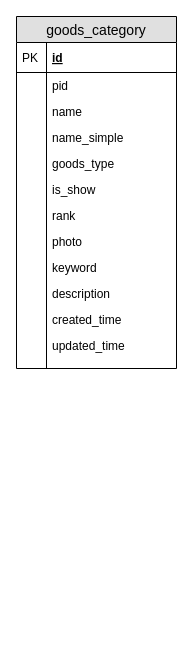
This is 个人开源电商/littlemall_serivce_sql.drawio from wurh/myDesignDoc, a draw.io file, before an edit. Source tidied: cells renumbered, new cells numbered last; positions are measured from the earlier drawing's top-left corner, leaving out a move shared by most shapes. Both pictures are drawn from the tidied source at 100%, with x=0, y=0 at pixel (16, 16).
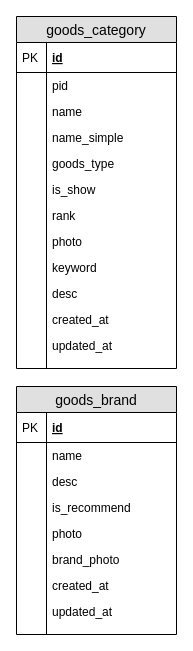
After the change.

The change refers to these unchanged cells:
```xml
<mxCell id="2" value="goods_category" style="swimlane;fontStyle=0;horizontal=1;startSize=26;fillColor=#e0e0e0;swimlaneFillColor=#ffffff;align=center;fontSize=14;" parent="1" vertex="1">
  <mxGeometry width="160" height="352" as="geometry" />
</mxCell>
```

What changed in the source:
```diff
@@
-    <mxCell id="21" value="description" style="shape=partialRectangle;top=0;left=0;right=0;bottom=0;align=left;verticalAlign=top;fillColor=none;spacingLeft=34;spacingRight=4;overflow=hidden;fontSize=12;" parent="2" vertex="1">
+    <mxCell id="21" value="desc" style="shape=partialRectangle;top=0;left=0;right=0;bottom=0;align=left;verticalAlign=top;fillColor=none;spacingLeft=34;spacingRight=4;overflow=hidden;fontSize=12;" parent="2" vertex="1">
       <mxGeometry y="264" width="160" height="26" as="geometry" />
     </mxCell>
@@
-    <mxCell id="23" value="created_time" style="shape=partialRectangle;top=0;left=0;right=0;bottom=0;align=left;verticalAlign=top;fillColor=none;spacingLeft=34;spacingRight=4;overflow=hidden;fontSize=12;" parent="2" vertex="1">
+    <mxCell id="23" value="created_at" style="shape=partialRectangle;top=0;left=0;right=0;bottom=0;align=left;verticalAlign=top;fillColor=none;spacingLeft=34;spacingRight=4;overflow=hidden;fontSize=12;" parent="2" vertex="1">
       <mxGeometry y="290" width="160" height="26" as="geometry" />
     </mxCell>
@@
-    <mxCell id="25" value="updated_time" style="shape=partialRectangle;top=0;left=0;right=0;bottom=0;align=left;verticalAlign=top;fillColor=none;spacingLeft=34;spacingRight=4;overflow=hidden;fontSize=12;" parent="2" vertex="1">
+    <mxCell id="25" value="updated_at" style="shape=partialRectangle;top=0;left=0;right=0;bottom=0;align=left;verticalAlign=top;fillColor=none;spacingLeft=34;spacingRight=4;overflow=hidden;fontSize=12;" parent="2" vertex="1">
       <mxGeometry y="316" width="160" height="26" as="geometry" />
     </mxCell>
@@
+    <mxCell id="29" value="goods_brand" style="swimlane;fontStyle=0;horizontal=1;startSize=26;fillColor=#e0e0e0;swimlaneFillColor=#ffffff;align=center;fontSize=14;" parent="1" vertex="1">
+      <mxGeometry y="370" width="160" height="248" as="geometry" />
+    </mxCell>
+    <mxCell id="30" value="id" style="shape=partialRectangle;top=0;left=0;right=0;bottom=1;align=left;verticalAlign=middle;fillColor=none;spacingLeft=34;spacingRight=4;overflow=hidden;fontStyle=5;fontSize=12;" parent="29" vertex="1">
+      <mxGeometry y="26" width="160" height="30" as="geometry" />
+    </mxCell>
+    <mxCell id="31" value="PK" style="shape=partialRectangle;top=0;left=0;bottom=0;fillColor=none;align=left;verticalAlign=middle;spacingLeft=4;spacingRight=4;overflow=hidden;fontSize=12;" parent="30" vertex="1">
+      <mxGeometry width="30" height="30" as="geometry" />
+    </mxCell>
+    <mxCell id="32" value="name" style="shape=partialRectangle;top=0;left=0;right=0;bottom=0;align=left;verticalAlign=top;fillColor=none;spacingLeft=34;spacingRight=4;overflow=hidden;fontSize=12;" parent="29" vertex="1">
+      <mxGeometry y="56" width="160" height="26" as="geometry" />
+    </mxCell>
+    <mxCell id="33" style="shape=partialRectangle;top=0;left=0;bottom=0;fillColor=none;align=left;verticalAlign=top;spacingLeft=4;spacingRight=4;overflow=hidden;fontSize=12;" parent="32" vertex="1">
+      <mxGeometry width="30" height="26" as="geometry" />
+    </mxCell>
+    <mxCell id="34" value="desc" style="shape=partialRectangle;top=0;left=0;right=0;bottom=0;align=left;verticalAlign=top;fillColor=none;spacingLeft=34;spacingRight=4;overflow=hidden;fontSize=12;" parent="29" vertex="1">
+      <mxGeometry y="82" width="160" height="26" as="geometry" />
+    </mxCell>
+    <mxCell id="35" style="shape=partialRectangle;top=0;left=0;bottom=0;fillColor=none;align=left;verticalAlign=top;spacingLeft=4;spacingRight=4;overflow=hidden;fontSize=12;" parent="34" vertex="1">
+      <mxGeometry width="30" height="26" as="geometry" />
+    </mxCell>
+    <mxCell id="36" value="is_recommend" style="shape=partialRectangle;top=0;left=0;right=0;bottom=0;align=left;verticalAlign=top;fillColor=none;spacingLeft=34;spacingRight=4;overflow=hidden;fontSize=12;" parent="29" vertex="1">
+      <mxGeometry y="108" width="160" height="26" as="geometry" />
+    </mxCell>
+    <mxCell id="37" style="shape=partialRectangle;top=0;left=0;bottom=0;fillColor=none;align=left;verticalAlign=top;spacingLeft=4;spacingRight=4;overflow=hidden;fontSize=12;" parent="36" vertex="1">
+      <mxGeometry width="30" height="26" as="geometry" />
+    </mxCell>
+    <mxCell id="38" value="photo" style="shape=partialRectangle;top=0;left=0;right=0;bottom=0;align=left;verticalAlign=top;fillColor=none;spacingLeft=34;spacingRight=4;overflow=hidden;fontSize=12;" parent="29" vertex="1">
+      <mxGeometry y="134" width="160" height="26" as="geometry" />
+    </mxCell>
+    <mxCell id="39" style="shape=partialRectangle;top=0;left=0;bottom=0;fillColor=none;align=left;verticalAlign=top;spacingLeft=4;spacingRight=4;overflow=hidden;fontSize=12;" parent="38" vertex="1">
+      <mxGeometry width="30" height="26" as="geometry" />
+    </mxCell>
+    <mxCell id="40" value="brand_photo" style="shape=partialRectangle;top=0;left=0;right=0;bottom=0;align=left;verticalAlign=top;fillColor=none;spacingLeft=34;spacingRight=4;overflow=hidden;fontSize=12;" parent="29" vertex="1">
+      <mxGeometry y="160" width="160" height="26" as="geometry" />
+    </mxCell>
+    <mxCell id="41" style="shape=partialRectangle;top=0;left=0;bottom=0;fillColor=none;align=left;verticalAlign=top;spacingLeft=4;spacingRight=4;overflow=hidden;fontSize=12;" parent="40" vertex="1">
+      <mxGeometry width="30" height="26" as="geometry" />
+    </mxCell>
+    <mxCell id="42" value="created_at" style="shape=partialRectangle;top=0;left=0;right=0;bottom=0;align=left;verticalAlign=top;fillColor=none;spacingLeft=34;spacingRight=4;overflow=hidden;fontSize=12;" parent="29" vertex="1">
+      <mxGeometry y="186" width="160" height="26" as="geometry" />
+    </mxCell>
+    <mxCell id="43" style="shape=partialRectangle;top=0;left=0;bottom=0;fillColor=none;align=left;verticalAlign=top;spacingLeft=4;spacingRight=4;overflow=hidden;fontSize=12;" parent="42" vertex="1">
+      <mxGeometry width="30" height="26" as="geometry" />
+    </mxCell>
+    <mxCell id="44" value="updated_at" style="shape=partialRectangle;top=0;left=0;right=0;bottom=0;align=left;verticalAlign=top;fillColor=none;spacingLeft=34;spacingRight=4;overflow=hidden;fontSize=12;" parent="29" vertex="1">
+      <mxGeometry y="212" width="160" height="26" as="geometry" />
+    </mxCell>
+    <mxCell id="45" style="shape=partialRectangle;top=0;left=0;bottom=0;fillColor=none;align=left;verticalAlign=top;spacingLeft=4;spacingRight=4;overflow=hidden;fontSize=12;" parent="44" vertex="1">
+      <mxGeometry width="30" height="26" as="geometry" />
+    </mxCell>
+    <mxCell id="46" style="shape=partialRectangle;top=0;left=0;right=0;bottom=0;align=left;verticalAlign=top;fillColor=none;spacingLeft=34;spacingRight=4;overflow=hidden;fontSize=12;" parent="29" vertex="1">
+      <mxGeometry y="238" width="160" height="10" as="geometry" />
+    </mxCell>
+    <mxCell id="47" style="shape=partialRectangle;top=0;left=0;bottom=0;fillColor=none;align=left;verticalAlign=top;spacingLeft=4;spacingRight=4;overflow=hidden;fontSize=12;" parent="46" vertex="1">
+      <mxGeometry width="30" height="10" as="geometry" />
+    </mxCell>
```
